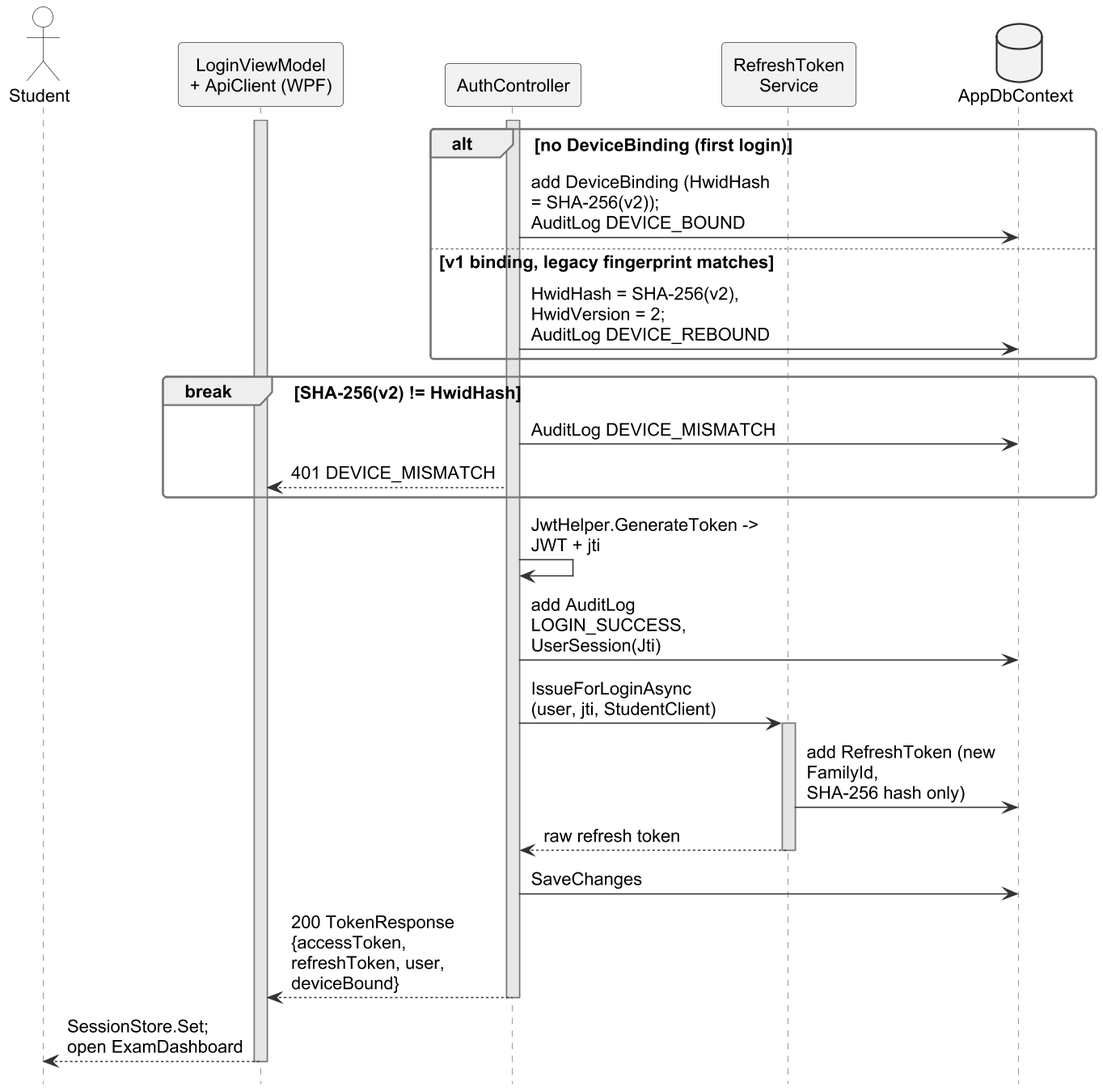
Haiderali27-hub/AI-Lab-Monitoring- keeps this PlantUML diagram as important docs/fyp_doc_3chatp/Figures/seq_login_b.png. Above is the earlier version.
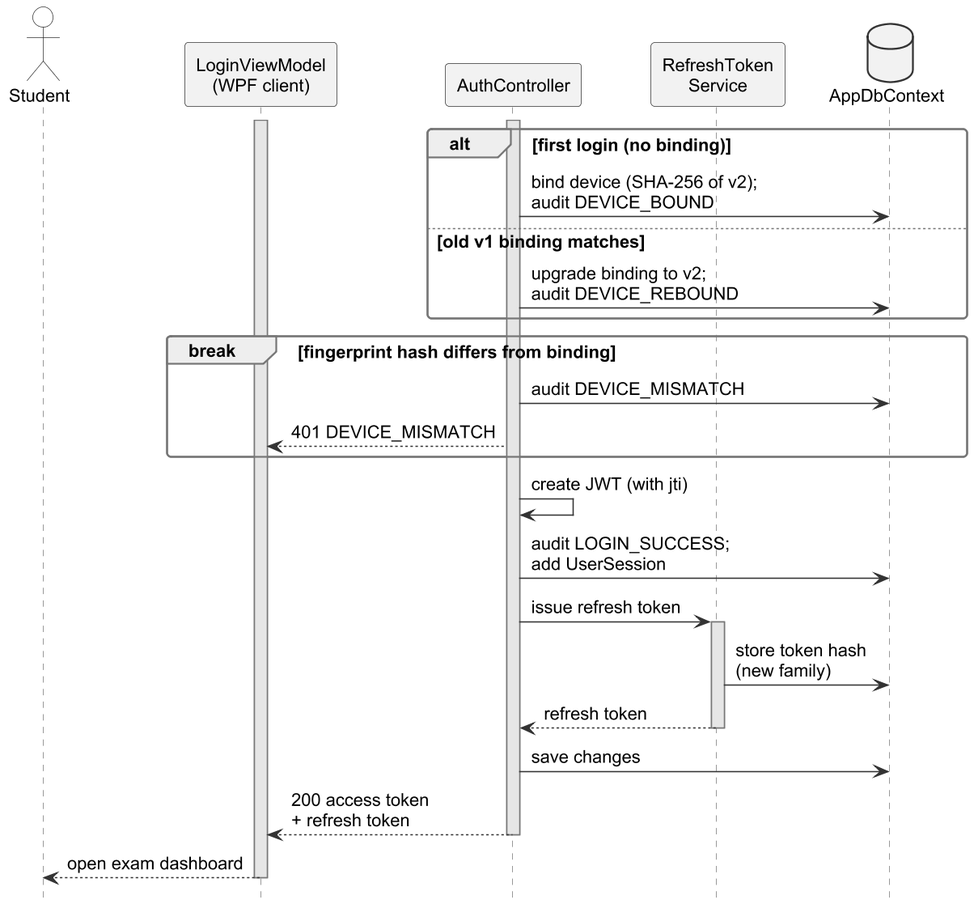
Above is the later version.

Change to the diagram source:
```diff
@@ -2,10 +2,10 @@
 !include style.iuml
 skinparam defaultFontSize 14
 skinparam ArrowFontSize 14
-skinparam maxMessageSize 200
+skinparam maxMessageSize 220
 hide footbox
 hide unlinked
-skinparam ParticipantPadding 2
+skinparam ParticipantPadding 4
 skinparam BoxPadding 0
 skinparam sequence {
   MessageAlign left
@@ -13,31 +13,31 @@
 }
 
 actor Student
-participant "LoginViewModel\n+ ApiClient (WPF)" as VM
+participant "LoginViewModel\n(WPF client)" as VM
 participant "AuthController" as AC
 participant "RefreshToken\nService" as RT
 database "AppDbContext" as DB
 activate VM
 activate AC
-alt no DeviceBinding (first login)
-  AC -> DB : add DeviceBinding (HwidHash = SHA-256(v2));\nAuditLog DEVICE_BOUND
-else v1 binding, legacy fingerprint matches
-  AC -> DB : HwidHash = SHA-256(v2), HwidVersion = 2;\nAuditLog DEVICE_REBOUND
+alt first login (no binding)
+  AC -> DB : bind device (SHA-256 of v2);\naudit DEVICE_BOUND
+else old v1 binding matches
+  AC -> DB : upgrade binding to v2;\naudit DEVICE_REBOUND
 end
-break SHA-256(v2) != HwidHash
-  AC -> DB : AuditLog DEVICE_MISMATCH
+break fingerprint hash differs from binding
+  AC -> DB : audit DEVICE_MISMATCH
   AC --> VM : 401 DEVICE_MISMATCH
 end
-AC -> AC : JwtHelper.GenerateToken -> JWT + jti
-AC -> DB : add AuditLog LOGIN_SUCCESS, UserSession(Jti)
-AC -> RT : IssueForLoginAsync\n(user, jti, StudentClient)
+AC -> AC : create JWT (with jti)
+AC -> DB : audit LOGIN_SUCCESS;\nadd UserSession
+AC -> RT : issue refresh token
 activate RT
-RT -> DB : add RefreshToken (new FamilyId,\nSHA-256 hash only)
-RT --> AC : raw refresh token
+RT -> DB : store token hash\n(new family)
+RT --> AC : refresh token
 deactivate RT
-AC -> DB : SaveChanges
-AC --> VM : 200 TokenResponse {accessToken,\nrefreshToken, user, deviceBound}
+AC -> DB : save changes
+AC --> VM : 200 access token\n+ refresh token
 deactivate AC
-VM --> Student : SessionStore.Set;\nopen ExamDashboard
+VM --> Student : open exam dashboard
 deactivate VM
 @enduml
```
